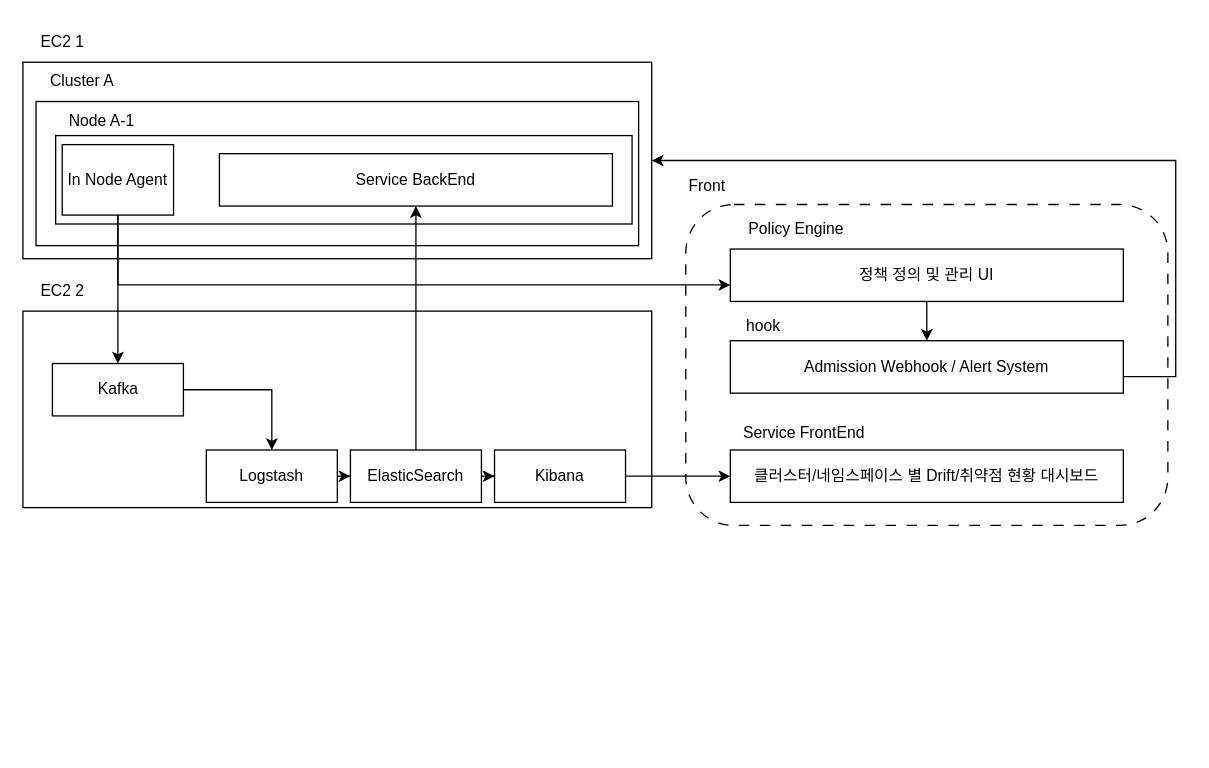
ChambitTrace/.github keeps this draw.io diagram as drawio/제목 없는 다이어그램.drawio. Above is the earlier version. Source tidied: cells renumbered, new cells numbered last; positions are measured from the earlier drawing's top-left corner, leaving out a move shared by most shapes. Both pictures are drawn from the tidied source at 131%, with x=0, y=0 at pixel (22, 22).
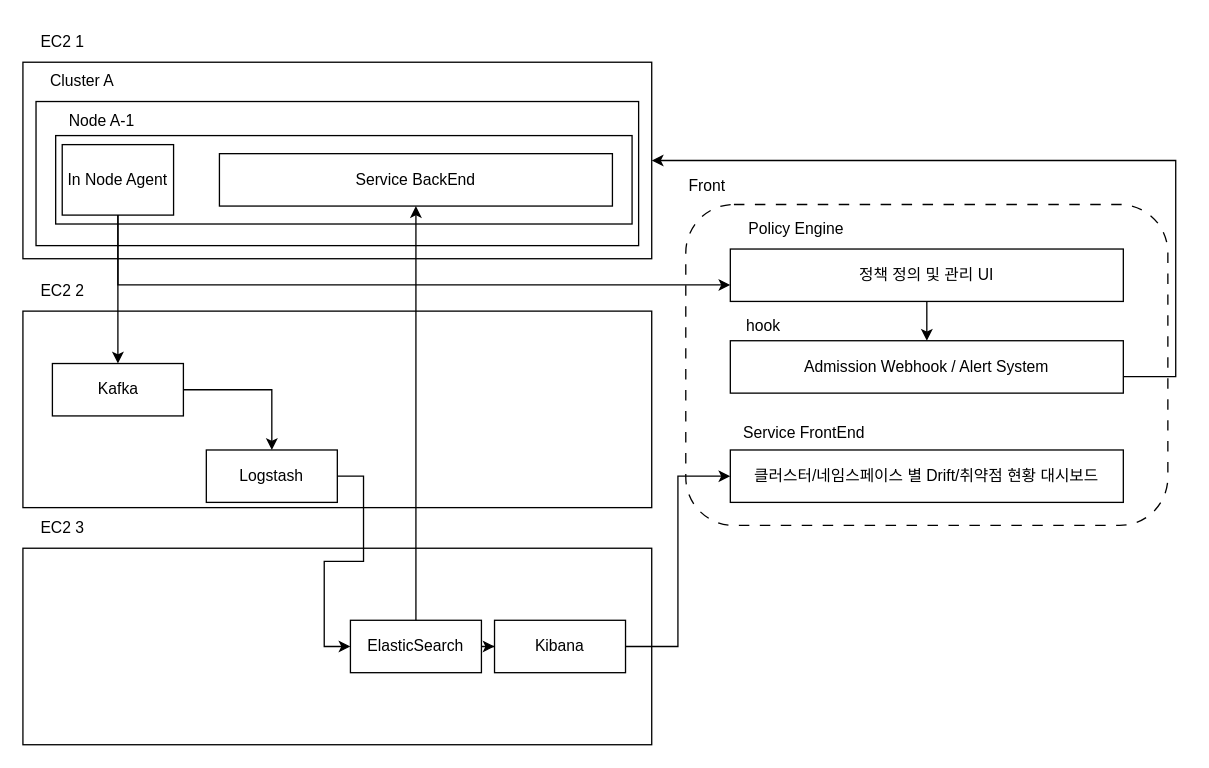
Above is the later version.

Commit message:
제목 없는 다이어그램.drawio 업데이트

Unchanged cells that the change refers to:
```xml
<mxCell id="12" value="In Node Agent" style="rounded=0;whiteSpace=wrap;html=1;" parent="9" vertex="1">
  <mxGeometry x="5" y="32.9" width="85" height="53.8" as="geometry" />
</mxCell>
<mxCell id="21" value="정책 정의 및 관리 UI" style="rounded=0;whiteSpace=wrap;html=1;" parent="20" vertex="1">
  <mxGeometry y="26" width="300" height="40" as="geometry" />
</mxCell>
<mxCell id="25" style="group;" parent="1" vertex="1">
  <mxGeometry y="190" width="480" height="180" as="geometry" />
</mxCell>
<mxCell id="29" value="Kafka" style="rounded=0;whiteSpace=wrap;html=1;" parent="25" vertex="1">
  <mxGeometry x="22.5" y="70" width="100" height="40" as="geometry" />
</mxCell>
<mxCell id="31" value="Logstash" style="rounded=0;whiteSpace=wrap;html=1;" parent="25" vertex="1">
  <mxGeometry x="140" y="136" width="100" height="40" as="geometry" />
</mxCell>
```

Change to the diagram source:
```diff
@@
-    <mxCell id="30" style="edgeStyle=orthogonalEdgeStyle;rounded=0;jettySize=auto;html=1;entryX=0;entryY=0.5;entryDx=0;entryDy=0;" parent="25" edge="1" source="31" target="33">
-      <mxGeometry relative="1" as="geometry" />
-    </mxCell>
@@
+    <mxCell id="35" style="edgeStyle=orthogonalEdgeStyle;rounded=0;jettySize=auto;html=1;entryX=0.5;entryY=0;entryDx=0;entryDy=0;" parent="1" edge="1" source="12" target="29">
+      <mxGeometry relative="1" as="geometry" />
+    </mxCell>
+    <mxCell id="36" style="edgeStyle=orthogonalEdgeStyle;rounded=0;jettySize=auto;html=1;" parent="1" edge="1" source="12" target="21">
+      <mxGeometry relative="1" as="geometry">
+        <Array as="points">
+          <mxPoint x="73" y="200" />
+          <mxPoint x="828" y="200" />
+        </Array>
+      </mxGeometry>
+    </mxCell>
+    <mxCell id="39" value="Front" style="text;html=1;align=center;verticalAlign=middle;strokeColor=none;fillColor=none;" parent="1" vertex="1">
+      <mxGeometry x="499" y="112" width="46" height="26" as="geometry" />
+    </mxCell>
+    <mxCell id="40" style="group;" parent="1" vertex="1">
+      <mxGeometry y="371" width="480" height="180" as="geometry" />
+    </mxCell>
+    <mxCell id="41" style="rounded=0;whiteSpace=wrap;html=1;" parent="40" vertex="1">
+      <mxGeometry y="30" width="480" height="150" as="geometry" />
+    </mxCell>
+    <mxCell id="42" value="EC2 3" style="text;html=1;align=center;verticalAlign=middle;strokeColor=none;fillColor=none;" parent="40" vertex="1">
+      <mxGeometry width="60" height="30" as="geometry" />
+    </mxCell>
+    <mxCell id="43" style="edgeStyle=orthogonalEdgeStyle;rounded=0;orthogonalLoop=1;jettySize=auto;html=1;entryX=0.5;entryY=0;entryDx=0;entryDy=0;" parent="40" edge="1">
+      <mxGeometry relative="1" as="geometry">
+        <mxPoint x="190" y="136" as="targetPoint" />
+      </mxGeometry>
+    </mxCell>
+    <mxCell id="44" style="edgeStyle=orthogonalEdgeStyle;rounded=0;orthogonalLoop=1;jettySize=auto;html=1;entryX=0;entryY=0.5;entryDx=0;entryDy=0;" parent="40" edge="1">
+      <mxGeometry relative="1" as="geometry">
+        <mxPoint x="250" y="156" as="targetPoint" />
+      </mxGeometry>
+    </mxCell>
+    <mxCell id="45" style="edgeStyle=orthogonalEdgeStyle;rounded=0;orthogonalLoop=1;jettySize=auto;html=1;entryX=0;entryY=0.5;entryDx=0;entryDy=0;" parent="40" edge="1">
+      <mxGeometry relative="1" as="geometry">
+        <mxPoint x="350" y="156" as="sourcePoint" />
+      </mxGeometry>
+    </mxCell>
-    <mxCell id="32" style="edgeStyle=orthogonalEdgeStyle;rounded=0;jettySize=auto;html=1;entryX=0;entryY=0.5;entryDx=0;entryDy=0;" parent="25" edge="1" source="33" target="34">
+    <mxCell id="32" style="edgeStyle=orthogonalEdgeStyle;rounded=0;jettySize=auto;html=1;entryX=0;entryY=0.5;entryDx=0;entryDy=0;" parent="40" edge="1" source="33" target="34">
       <mxGeometry relative="1" as="geometry" />
     </mxCell>
-    <mxCell id="33" value="ElasticSearch" style="rounded=0;whiteSpace=wrap;html=1;" parent="25" vertex="1">
-      <mxGeometry x="250" y="136" width="100" height="40" as="geometry" />
+    <mxCell id="33" value="ElasticSearch" style="rounded=0;whiteSpace=wrap;html=1;" parent="40" vertex="1">
+      <mxGeometry x="250" y="85" width="100" height="40" as="geometry" />
     </mxCell>
-    <mxCell id="34" value="Kibana" style="rounded=0;whiteSpace=wrap;html=1;" parent="25" vertex="1">
-      <mxGeometry x="360" y="136" width="100" height="40" as="geometry" />
+    <mxCell id="34" value="Kibana" style="rounded=0;whiteSpace=wrap;html=1;" parent="40" vertex="1">
+      <mxGeometry x="360" y="85" width="100" height="40" as="geometry" />
     </mxCell>
-    <mxCell id="35" style="edgeStyle=orthogonalEdgeStyle;rounded=0;jettySize=auto;html=1;entryX=0.5;entryY=0;entryDx=0;entryDy=0;" parent="1" edge="1" source="12" target="29">
-      <mxGeometry relative="1" as="geometry" />
-    </mxCell>
-    <mxCell id="36" style="edgeStyle=orthogonalEdgeStyle;rounded=0;jettySize=auto;html=1;" parent="1" edge="1" source="12" target="21">
-      <mxGeometry relative="1" as="geometry">
-        <Array as="points">
-          <mxPoint x="73" y="200" />
-          <mxPoint x="828" y="200" />
-        </Array>
-      </mxGeometry>
-    </mxCell>
+    <mxCell id="30" style="edgeStyle=orthogonalEdgeStyle;rounded=0;jettySize=auto;html=1;entryX=0;entryY=0.5;entryDx=0;entryDy=0;" parent="1" edge="1" source="31" target="33">
+      <mxGeometry relative="1" as="geometry" />
+    </mxCell>
@@
-    <mxCell id="39" value="Front" style="text;html=1;align=center;verticalAlign=middle;strokeColor=none;fillColor=none;" parent="1" vertex="1">
-      <mxGeometry x="499" y="112" width="46" height="26" as="geometry" />
-    </mxCell>
```
